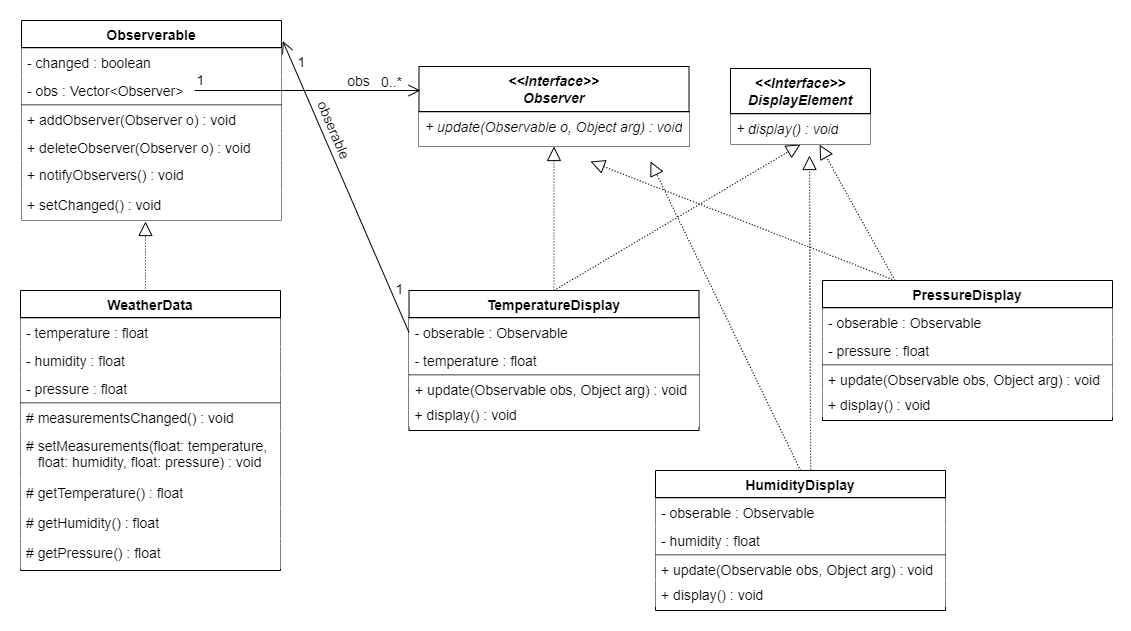
jtjin/DesignPatterns keeps this draw.io diagram as src/main/java/DesignPatterns/observer/second/Observer2.png. Above is the earlier version. Source tidied: cells renumbered, new cells last; positions are measured from the earlier drawing's top-left corner, leaving out a move shared by most shapes.
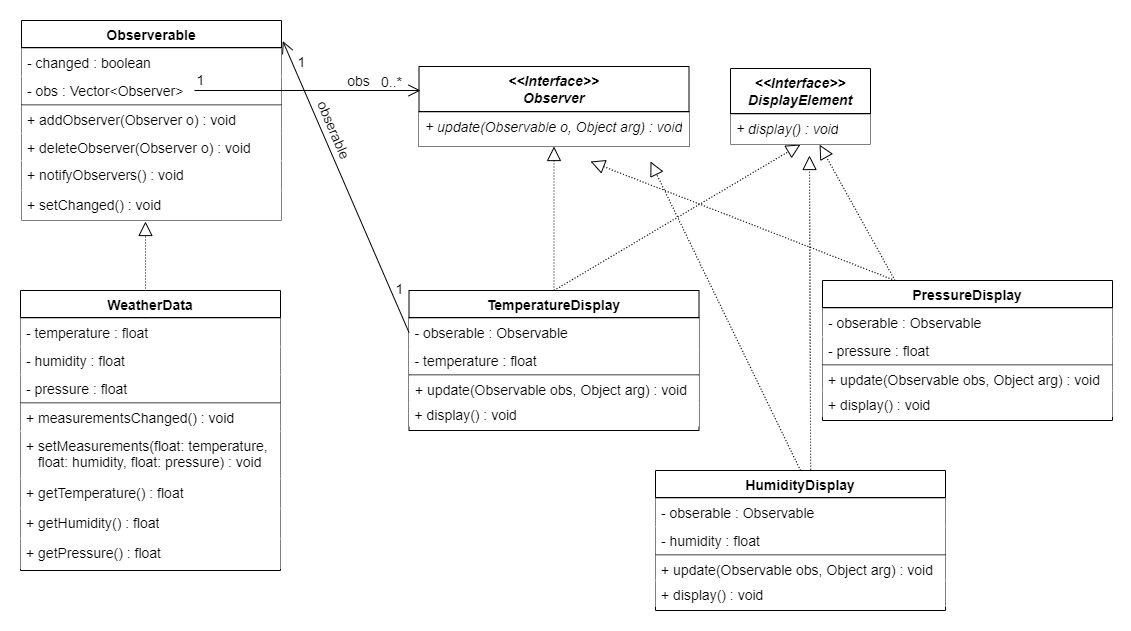
The same diagram one commit later.

Commit message:
Update Observer Pattern

Diff of the diagram source:
```diff
@@ -44,19 +44,19 @@
     <mxCell id="14" style="line;html=1;strokeWidth=1;align=left;verticalAlign=middle;spacingTop=-1;spacingLeft=3;spacingRight=3;labelPosition=right;fontFamily=Helvetica;fontSize=14;labelBackgroundColor=#FFFFFF;noLabel=0;perimeterSpacing=0;shadow=0;sketch=0;fontStyle=0;" parent="9" vertex="1">
       <mxGeometry y="112" width="260" height="1" as="geometry" />
     </mxCell>
-    <mxCell id="15" value="# measurementsChanged() : void" style="text;align=left;verticalAlign=top;spacingLeft=4;spacingRight=4;overflow=hidden;fontFamily=Helvetica;fontSize=14;labelBackgroundColor=#ffffff;fillColor=#ffffff;fontStyle=0;" parent="9" vertex="1">
+    <mxCell id="15" value="+ measurementsChanged() : void" style="text;align=left;verticalAlign=top;spacingLeft=4;spacingRight=4;overflow=hidden;fontFamily=Helvetica;fontSize=14;labelBackgroundColor=#ffffff;fillColor=#ffffff;fontStyle=0;" parent="9" vertex="1">
       <mxGeometry y="113" width="260" height="28" as="geometry" />
     </mxCell>
-    <mxCell id="16" value="# setMeasurements(float: temperature,&#10;   float: humidity, float: pressure) : void" style="text;align=left;verticalAlign=top;spacingLeft=4;spacingRight=4;overflow=hidden;fontFamily=Helvetica;fontSize=14;labelBackgroundColor=#ffffff;fillColor=#ffffff;fontStyle=0;whiteSpace=wrap;" parent="9" vertex="1">
+    <mxCell id="16" value="+ setMeasurements(float: temperature,&#10;   float: humidity, float: pressure) : void" style="text;align=left;verticalAlign=top;spacingLeft=4;spacingRight=4;overflow=hidden;fontFamily=Helvetica;fontSize=14;labelBackgroundColor=#ffffff;fillColor=#ffffff;fontStyle=0;whiteSpace=wrap;" parent="9" vertex="1">
       <mxGeometry y="141" width="260" height="47" as="geometry" />
     </mxCell>
-    <mxCell id="17" value="# getTemperature() : float" style="text;align=left;verticalAlign=top;spacingLeft=4;spacingRight=4;overflow=hidden;fontFamily=Helvetica;fontSize=14;labelBackgroundColor=#ffffff;fillColor=#ffffff;fontStyle=0;whiteSpace=wrap;" parent="9" vertex="1">
+    <mxCell id="17" value="+ getTemperature() : float" style="text;align=left;verticalAlign=top;spacingLeft=4;spacingRight=4;overflow=hidden;fontFamily=Helvetica;fontSize=14;labelBackgroundColor=#ffffff;fillColor=#ffffff;fontStyle=0;whiteSpace=wrap;" parent="9" vertex="1">
       <mxGeometry y="188" width="260" height="30" as="geometry" />
     </mxCell>
-    <mxCell id="18" value="# getHumidity() : float" style="text;align=left;verticalAlign=top;spacingLeft=4;spacingRight=4;overflow=hidden;fontFamily=Helvetica;fontSize=14;labelBackgroundColor=#ffffff;fillColor=#ffffff;fontStyle=0;whiteSpace=wrap;" parent="9" vertex="1">
+    <mxCell id="18" value="+ getHumidity() : float" style="text;align=left;verticalAlign=top;spacingLeft=4;spacingRight=4;overflow=hidden;fontFamily=Helvetica;fontSize=14;labelBackgroundColor=#ffffff;fillColor=#ffffff;fontStyle=0;whiteSpace=wrap;" parent="9" vertex="1">
       <mxGeometry y="218" width="260" height="30" as="geometry" />
     </mxCell>
-    <mxCell id="19" value="# getPressure() : float" style="text;align=left;verticalAlign=top;spacingLeft=4;spacingRight=4;overflow=hidden;fontFamily=Helvetica;fontSize=14;labelBackgroundColor=#ffffff;fillColor=#ffffff;fontStyle=0;whiteSpace=wrap;" parent="9" vertex="1">
+    <mxCell id="19" value="+ getPressure() : float" style="text;align=left;verticalAlign=top;spacingLeft=4;spacingRight=4;overflow=hidden;fontFamily=Helvetica;fontSize=14;labelBackgroundColor=#ffffff;fillColor=#ffffff;fontStyle=0;whiteSpace=wrap;" parent="9" vertex="1">
       <mxGeometry y="248" width="260" height="30" as="geometry" />
     </mxCell>
     <mxCell id="20" value="&lt;&lt;Interface&gt;&gt;&#10;DisplayElement" style="swimlane;fontStyle=3;align=center;verticalAlign=top;horizontal=1;startSize=45;rounded=0;shadow=0;strokeWidth=1;fontFamily=Helvetica;fontSize=14;labelBackgroundColor=#FFFFFF;" parent="2" vertex="1">
```
